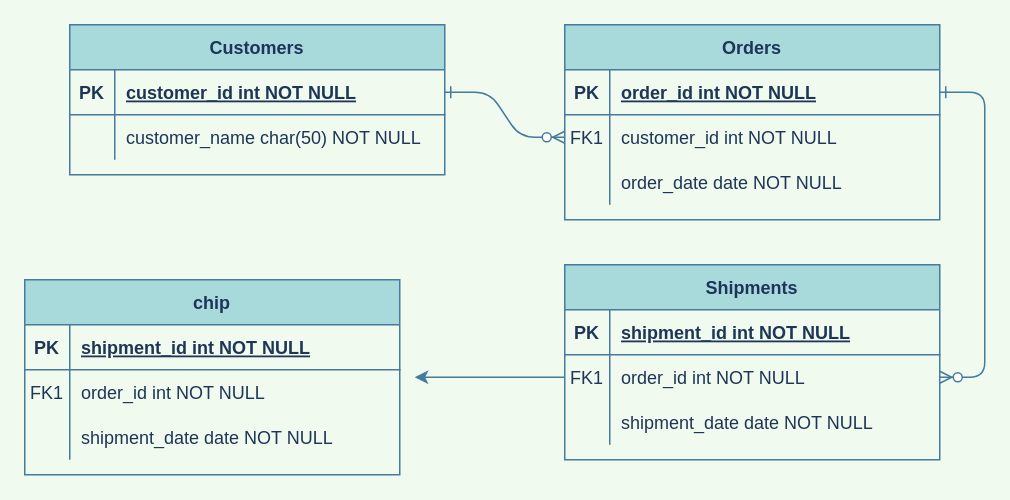
The draw.io diagram 未命名绘图.drawio in miki-hmt/bos-parent, before the edit. Source tidied: cells renumbered, new cells numbered last; positions are measured from the earlier drawing's top-left corner, leaving out a move shared by most shapes. Both pictures are drawn from the tidied source at 150%, with x=0, y=0 at pixel (24, 24).
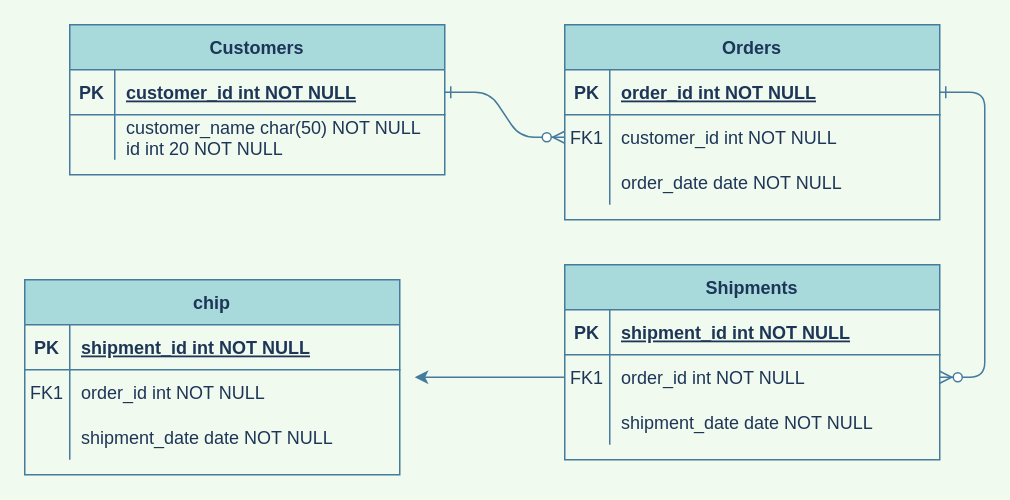
The same page after the edit.

Commit message:
customer表增加一个字段.drawio

Unchanged cells that the change refers to:
```xml
<mxCell id="28" style="shape=partialRectangle;fillColor=none;top=0;left=0;right=0;bottom=0;strokeColor=#457B9D;fontColor=#1D3557;" parent="24" vertex="1">
  <mxGeometry y="60" width="250" height="30" as="geometry" />
</mxCell>
```

The edit, as a diff of the source:
```diff
@@
-    <mxCell id="30" value="customer_name char(50) NOT NULL" style="shape=partialRectangle;overflow=hidden;fillColor=none;top=0;left=0;bottom=0;right=0;align=left;spacingLeft=6;strokeColor=#457B9D;fontColor=#1D3557;" parent="28" vertex="1">
+    <mxCell id="30" value="customer_name char(50) NOT NULL&#10;id int 20 NOT NULL" style="shape=partialRectangle;overflow=hidden;fillColor=none;top=0;left=0;bottom=0;right=0;align=left;spacingLeft=6;strokeColor=#457B9D;fontColor=#1D3557;" parent="28" vertex="1">
       <mxGeometry x="30" width="220" height="30" as="geometry" />
     </mxCell>
```
